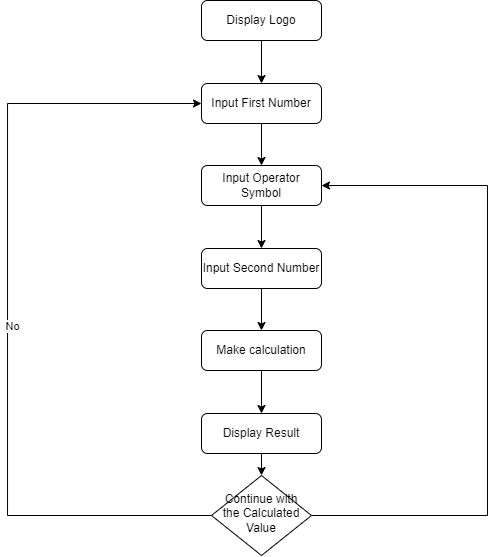
Earlier version of the draw.io export day_10_calculator_app/project_files/flowchart_calculator_app.png (ErkanHatipoglu/100-days-of-code). Source tidied: cells renumbered, new cells last; positions are measured from the earlier drawing's top-left corner, leaving out a move shared by most shapes.
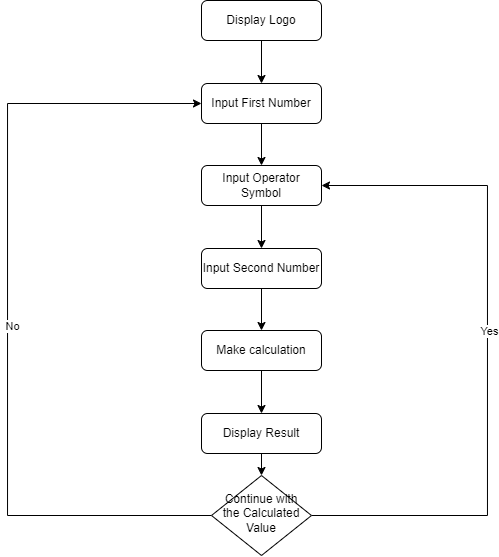
The same file after the commit.

The edit, as a diff of the source:
```diff
@@ -27,6 +27,9 @@
         </Array>
       </mxGeometry>
     </mxCell>
+    <mxCell id="18" value="Yes" style="edgeLabel;html=1;align=center;verticalAlign=middle;" parent="6" vertex="1">
+      <mxGeometry x="0.07" y="-2" relative="1" as="geometry" />
+    </mxCell>
     <mxCell id="7" value="Continue with the Calculated Value" style="rhombus;whiteSpace=wrap;html=1;shadow=0;fontFamily=Helvetica;fontSize=12;align=center;strokeWidth=1;spacing=6;spacingTop=-4;" parent="1" vertex="1">
       <mxGeometry x="204" y="475" width="100" height="80" as="geometry" />
     </mxCell>
```
